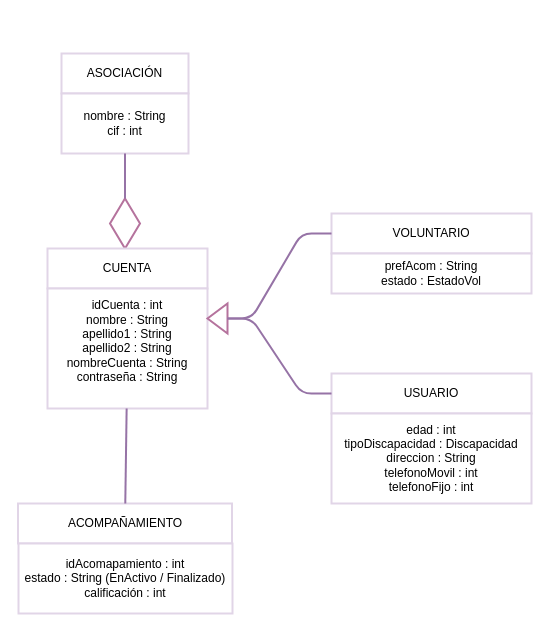
This is Clases.drawio from Millan214/Volunteering-Services, a draw.io file, before an edit. Source tidied: cells renumbered, new cells numbered last; positions are measured from the earlier drawing's top-left corner, leaving out a move shared by most shapes. Both pictures are drawn from the tidied source at 100%, with x=0, y=0 at pixel (17, 53).
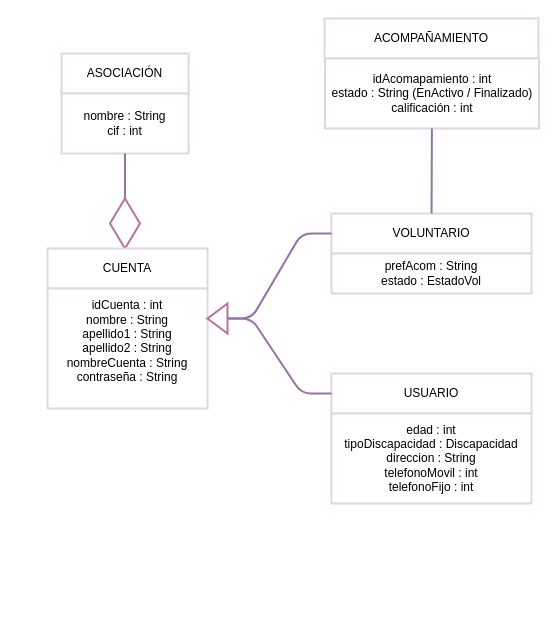
Above is the later version.

Unchanged cells that the change refers to:
```xml
<mxCell id="8" value="VOLUNTARIO" style="rounded=0;whiteSpace=wrap;html=1;strokeWidth=2;strokeColor=#E1D5E7;" parent="1" vertex="1">
  <mxGeometry x="314" y="160" width="200" height="40" as="geometry" />
</mxCell>
<mxCell id="11" value="&lt;span style=&quot;white-space: normal&quot;&gt;idCuenta : int&lt;br&gt;nombre : String&lt;/span&gt;&lt;br style=&quot;white-space: normal&quot;&gt;&lt;span style=&quot;white-space: normal&quot;&gt;apellido1 : String&lt;/span&gt;&lt;br style=&quot;white-space: normal&quot;&gt;&lt;span style=&quot;white-space: normal&quot;&gt;apellido2 : String&lt;/span&gt;&lt;br style=&quot;white-space: normal&quot;&gt;&lt;span style=&quot;white-space: normal&quot;&gt;nombreCuenta : String&lt;/span&gt;&lt;br style=&quot;white-space: normal&quot;&gt;&lt;span style=&quot;white-space: normal&quot;&gt;contraseña : String&lt;br&gt;&lt;br&gt;&lt;/span&gt;" style="rounded=0;whiteSpace=wrap;html=1;strokeWidth=2;strokeColor=#E1D5E7;" parent="1" vertex="1">
  <mxGeometry x="30" y="235" width="160" height="120" as="geometry" />
</mxCell>
```

The edit, as a diff of the source:
```diff
@@
     <mxCell id="15" value="ACOMPAÑAMIENTO" style="rounded=0;whiteSpace=wrap;html=1;strokeWidth=2;strokeColor=#E1D5E7;" parent="1" vertex="1">
-      <mxGeometry x="0.5" y="450" width="214" height="40" as="geometry" />
+      <mxGeometry x="307" y="-35" width="214" height="40" as="geometry" />
     </mxCell>
     <mxCell id="16" value="&lt;span style=&quot;white-space: normal&quot;&gt;idAcomapamiento : int&lt;br&gt;estado : String (EnActivo / Finalizado)&lt;br&gt;calificación : int&lt;br&gt;&lt;/span&gt;" style="rounded=0;whiteSpace=wrap;html=1;strokeWidth=2;strokeColor=#E1D5E7;" parent="1" vertex="1">
-      <mxGeometry x="1" y="490" width="214" height="70" as="geometry" />
+      <mxGeometry x="307.5" y="5" width="214" height="70" as="geometry" />
     </mxCell>
-    <mxCell id="17" style="endArrow=none;html=1;strokeWidth=2;fillColor=#e1d5e7;strokeColor=#9673a6;" parent="1" edge="1" source="15" target="11">
+    <mxCell id="17" style="endArrow=none;html=1;strokeWidth=2;fillColor=#e1d5e7;strokeColor=#9673a6;" parent="1" edge="1" source="16" target="8">
       <mxGeometry relative="1" as="geometry" />
     </mxCell>
```
